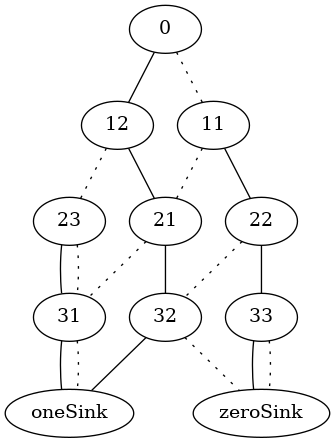
aelkhamsi/BNN_explainability keeps this Graphviz diagram as obdd/obdd.png. Above is the earlier version. Its source is kept beside it as obdd/obdd.gv.
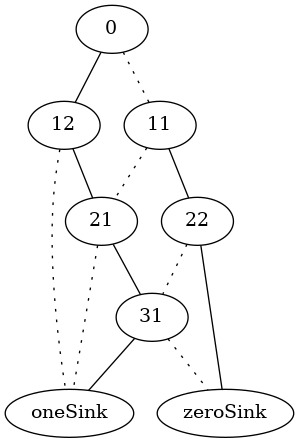
After the change.

What changed in the source:
```diff
@@ -4,17 +4,11 @@
 11->22 [style=solid, arrowhead="none"];
 11->21 [style=dotted, arrowhead="none"];
 12->21 [style=solid, arrowhead="none"];
-12->23 [style=dotted, arrowhead="none"];
-21->32 [style=solid, arrowhead="none"];
-21->31 [style=dotted, arrowhead="none"];
-22->33 [style=solid, arrowhead="none"];
-22->32 [style=dotted, arrowhead="none"];
-23->31 [style=solid, arrowhead="none"];
-23->31 [style=dotted, arrowhead="none"];
+12->oneSink [style=dotted, arrowhead="none"];
+21->31 [style=solid, arrowhead="none"];
+21->oneSink [style=dotted, arrowhead="none"];
+22->zeroSink [style=solid, arrowhead="none"];
+22->31 [style=dotted, arrowhead="none"];
 31->oneSink [style=solid, arrowhead="none"];
-31->oneSink [style=dotted, arrowhead="none"];
-32->oneSink [style=solid, arrowhead="none"];
-32->zeroSink [style=dotted, arrowhead="none"];
-33->zeroSink [style=solid, arrowhead="none"];
-33->zeroSink [style=dotted, arrowhead="none"];
+31->zeroSink [style=dotted, arrowhead="none"];
 }
```
